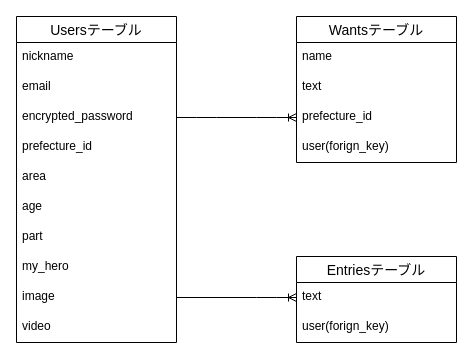
This is db_ER.dio from n-masuda/membo72, a draw.io file, before an edit. Source tidied: cells renumbered, new cells numbered last; positions are measured from the earlier drawing's top-left corner, leaving out a move shared by most shapes. Both pictures are drawn from the tidied source at 100%, with x=0, y=0 at pixel (16, 16).
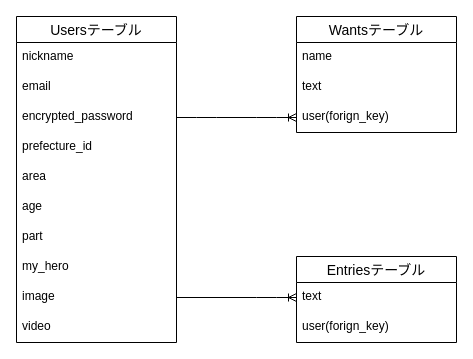
The same page after the edit.

Change to the diagram source:
```diff
@@
     <mxCell id="16" value="Wantsテーブル" style="swimlane;fontStyle=0;horizontal=1;startSize=26;align=center;fontSize=14;" parent="1" vertex="1">
-      <mxGeometry x="280" width="160" height="146" as="geometry" />
+      <mxGeometry x="280" width="160" height="116" as="geometry" />
     </mxCell>
@@
-    <mxCell id="19" value="prefecture_id" style="text;strokeColor=none;fillColor=none;spacingLeft=4;spacingRight=4;overflow=hidden;fontSize=12;" parent="16" vertex="1">
-      <mxGeometry y="86" width="160" height="30" as="geometry" />
-    </mxCell>
     <mxCell id="20" value="user(forign_key)" style="text;strokeColor=none;fillColor=none;spacingLeft=4;spacingRight=4;overflow=hidden;fontSize=12;" parent="16" vertex="1">
-      <mxGeometry y="116" width="160" height="30" as="geometry" />
+      <mxGeometry y="86" width="160" height="30" as="geometry" />
     </mxCell>
```
